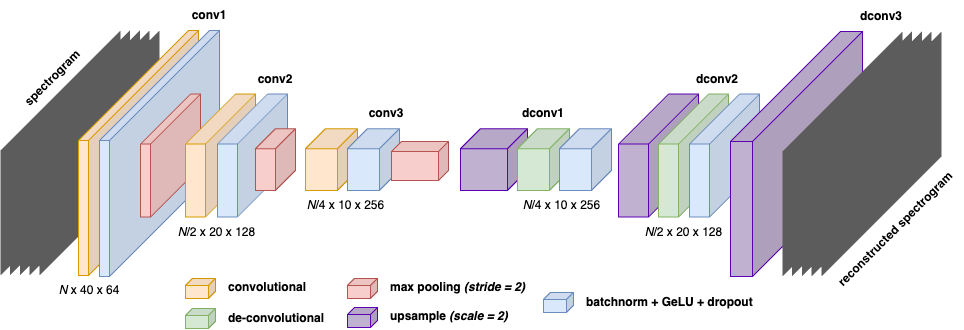
zayne-siew/FingerECoG-BCI keeps this draw.io diagram as assets/VanillaEncoderDecoder.png. Above is the earlier version. Source tidied: cells renumbered, new cells last; positions are measured from the earlier drawing's top-left corner, leaving out a move shared by most shapes.
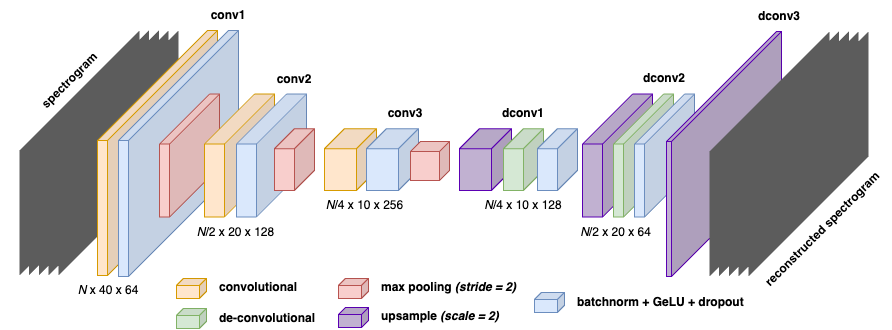
The same diagram one commit later.

Change to the diagram source:
```diff
@@ -21,13 +21,13 @@
       <mxGeometry x="78" y="30" width="120" height="245" as="geometry" />
     </mxCell>
     <mxCell id="8" style="shape=cube;whiteSpace=wrap;html=1;boundedLbl=1;backgroundOutline=1;darkOpacity=0.05;darkOpacity2=0.1;size=7;direction=east;flipH=1;fillColor=#ffe6cc;strokeColor=#d79b00;" parent="1" vertex="1">
-      <mxGeometry x="185" y="277.9" width="30" height="20" as="geometry" />
+      <mxGeometry x="157" y="277.9" width="30" height="20" as="geometry" />
     </mxCell>
     <mxCell id="9" style="shape=cube;whiteSpace=wrap;html=1;boundedLbl=1;backgroundOutline=1;darkOpacity=0.05;darkOpacity2=0.1;size=7;direction=east;flipH=1;fillColor=#f8cecc;strokeColor=#b85450;" parent="1" vertex="1">
-      <mxGeometry x="347" y="277.9" width="30" height="20" as="geometry" />
+      <mxGeometry x="319" y="277.9" width="30" height="20" as="geometry" />
     </mxCell>
     <mxCell id="10" style="shape=cube;whiteSpace=wrap;html=1;boundedLbl=1;backgroundOutline=1;darkOpacity=0.05;darkOpacity2=0.1;size=7;direction=east;flipH=1;fillColor=#d5e8d4;strokeColor=#82b366;" parent="1" vertex="1">
-      <mxGeometry x="185" y="307.9" width="30" height="20" as="geometry" />
+      <mxGeometry x="157" y="307.9" width="30" height="20" as="geometry" />
     </mxCell>
     <mxCell id="11" value="&lt;b&gt;conv1&lt;/b&gt;" style="text;html=1;strokeColor=none;fillColor=none;align=center;verticalAlign=middle;whiteSpace=wrap;rounded=0;" parent="1" vertex="1">
       <mxGeometry x="189" width="40" height="30" as="geometry" />
@@ -48,16 +48,16 @@
       <mxGeometry x="296" y="189.9" width="99" height="30" as="geometry" />
     </mxCell>
     <mxCell id="17" value="convolutional" style="text;html=1;strokeColor=none;fillColor=none;align=left;verticalAlign=middle;whiteSpace=wrap;rounded=0;fontStyle=1;" parent="1" vertex="1">
-      <mxGeometry x="226" y="275" width="85" height="23.9" as="geometry" />
+      <mxGeometry x="198" y="275" width="85" height="23.9" as="geometry" />
     </mxCell>
     <mxCell id="18" value="max pooling &lt;i&gt;(stride = 2)&lt;/i&gt;" style="text;html=1;strokeColor=none;fillColor=none;align=left;verticalAlign=middle;whiteSpace=wrap;rounded=0;fontStyle=1;" parent="1" vertex="1">
-      <mxGeometry x="388" y="275" width="138" height="23.9" as="geometry" />
+      <mxGeometry x="360" y="275" width="138" height="23.9" as="geometry" />
     </mxCell>
     <mxCell id="19" value="batchnorm + GeLU + dropout" style="text;html=1;strokeColor=none;fillColor=none;align=left;verticalAlign=middle;whiteSpace=wrap;rounded=0;fontStyle=1;" parent="1" vertex="1">
-      <mxGeometry x="584" y="290" width="175" height="23.9" as="geometry" />
+      <mxGeometry x="556" y="290" width="175" height="23.9" as="geometry" />
     </mxCell>
     <mxCell id="20" value="de-convolutional" style="text;html=1;strokeColor=none;fillColor=none;align=left;verticalAlign=middle;whiteSpace=wrap;rounded=0;fontStyle=1;" parent="1" vertex="1">
-      <mxGeometry x="226" y="305.9" width="114" height="23.9" as="geometry" />
+      <mxGeometry x="198" y="305.9" width="114" height="23.9" as="geometry" />
     </mxCell>
     <mxCell id="21" style="shape=cube;whiteSpace=wrap;html=1;boundedLbl=1;backgroundOutline=1;darkOpacity=0.05;darkOpacity2=0.1;size=110;direction=east;flipH=1;fillColor=#DAE8FC;strokeColor=#6C8EBF;" parent="1" vertex="1">
       <mxGeometry x="99" y="30" width="120" height="246" as="geometry" />
@@ -66,10 +66,10 @@
       <mxGeometry x="140" y="93.6" width="60" height="123" as="geometry" />
     </mxCell>
     <mxCell id="23" style="shape=cube;whiteSpace=wrap;html=1;boundedLbl=1;backgroundOutline=1;darkOpacity=0.05;darkOpacity2=0.1;size=7;direction=east;flipH=1;fillColor=light-dark(#C1B1D1,#4C395E);strokeColor=light-dark(#5B00B3,#FFB6FF);" parent="1" vertex="1">
-      <mxGeometry x="347" y="307" width="30" height="20" as="geometry" />
+      <mxGeometry x="319" y="307" width="30" height="20" as="geometry" />
     </mxCell>
     <mxCell id="24" value="upsample&lt;i&gt; (scale = 2)&lt;/i&gt;" style="text;html=1;strokeColor=none;fillColor=none;align=left;verticalAlign=middle;whiteSpace=wrap;rounded=0;fontStyle=1;" parent="1" vertex="1">
-      <mxGeometry x="388" y="304.1" width="135" height="23.9" as="geometry" />
+      <mxGeometry x="360" y="304.1" width="135" height="23.9" as="geometry" />
     </mxCell>
     <mxCell id="25" style="shape=cube;whiteSpace=wrap;html=1;boundedLbl=1;backgroundOutline=1;darkOpacity=0.05;darkOpacity2=0.1;size=50;direction=east;flipH=1;fillColor=#FFE6CC;strokeColor=#D79B00;" parent="1" vertex="1">
       <mxGeometry x="185" y="93.5" width="70" height="123" as="geometry" />
@@ -78,7 +78,7 @@
       <mxGeometry x="217" y="93.5" width="70" height="123" as="geometry" />
     </mxCell>
     <mxCell id="27" style="shape=cube;whiteSpace=wrap;html=1;boundedLbl=1;backgroundOutline=1;darkOpacity=0.05;darkOpacity2=0.1;size=7;direction=east;flipH=1;fillColor=#dae8fc;strokeColor=#6c8ebf;" parent="1" vertex="1">
-      <mxGeometry x="543" y="291.9" width="30" height="20" as="geometry" />
+      <mxGeometry x="515" y="291.9" width="30" height="20" as="geometry" />
     </mxCell>
     <mxCell id="28" style="shape=cube;whiteSpace=wrap;html=1;boundedLbl=1;backgroundOutline=1;darkOpacity=0.05;darkOpacity2=0.1;size=20;direction=east;flipH=1;fillColor=#f8cecc;strokeColor=#b85450;" parent="1" vertex="1">
       <mxGeometry x="255" y="128.1" width="40" height="61.8" as="geometry" />
@@ -90,64 +90,64 @@
       <mxGeometry x="347" y="128.1" width="52" height="61.8" as="geometry" />
     </mxCell>
     <mxCell id="31" style="shape=cube;whiteSpace=wrap;html=1;boundedLbl=1;backgroundOutline=1;darkOpacity=0.05;darkOpacity2=0.1;size=10;direction=east;flipH=1;fillColor=#f8cecc;strokeColor=#b85450;" parent="1" vertex="1">
-      <mxGeometry x="391" y="141" width="57" height="39" as="geometry" />
+      <mxGeometry x="391" y="141" width="39" height="39" as="geometry" />
     </mxCell>
     <mxCell id="32" style="shape=cube;whiteSpace=wrap;html=1;boundedLbl=1;backgroundOutline=1;darkOpacity=0.05;darkOpacity2=0.1;size=20;direction=east;flipH=1;fillColor=light-dark(#C1B1D1,#4C395E);strokeColor=light-dark(#5B00B3,#FFB6FF);" parent="1" vertex="1">
-      <mxGeometry x="460" y="128.1" width="67" height="61.8" as="geometry" />
+      <mxGeometry x="440" y="128.1" width="52" height="61.8" as="geometry" />
     </mxCell>
     <mxCell id="33" style="shape=cube;whiteSpace=wrap;html=1;boundedLbl=1;backgroundOutline=1;darkOpacity=0.05;darkOpacity2=0.1;size=20;direction=east;flipH=1;fillColor=#D5E8D4;strokeColor=#82B366;" parent="1" vertex="1">
-      <mxGeometry x="517" y="128.1" width="52" height="61.8" as="geometry" />
+      <mxGeometry x="484" y="128.1" width="40" height="61.8" as="geometry" />
     </mxCell>
     <mxCell id="34" style="shape=cube;whiteSpace=wrap;html=1;boundedLbl=1;backgroundOutline=1;darkOpacity=0.05;darkOpacity2=0.1;size=20;direction=east;flipH=1;fillColor=#DAE8FC;strokeColor=#6C8EBF;" parent="1" vertex="1">
-      <mxGeometry x="559" y="128.1" width="52" height="61.8" as="geometry" />
+      <mxGeometry x="518" y="128.1" width="40" height="61.8" as="geometry" />
     </mxCell>
     <mxCell id="35" value="&lt;b&gt;dconv1&lt;/b&gt;" style="text;html=1;strokeColor=none;fillColor=none;align=center;verticalAlign=middle;whiteSpace=wrap;rounded=0;" parent="1" vertex="1">
-      <mxGeometry x="515" y="98.1" width="56" height="30" as="geometry" />
+      <mxGeometry x="476" y="98.1" width="56" height="30" as="geometry" />
     </mxCell>
-    <mxCell id="36" value="&lt;i&gt;N&lt;/i&gt;/4 x 10 x 256" style="text;html=1;strokeColor=none;fillColor=none;align=center;verticalAlign=middle;whiteSpace=wrap;rounded=0;" parent="1" vertex="1">
-      <mxGeometry x="512" y="189.9" width="99" height="30" as="geometry" />
+    <mxCell id="36" value="&lt;i&gt;N&lt;/i&gt;/4 x 10 x 128" style="text;html=1;strokeColor=none;fillColor=none;align=center;verticalAlign=middle;whiteSpace=wrap;rounded=0;" parent="1" vertex="1">
+      <mxGeometry x="462" y="189.9" width="84" height="30" as="geometry" />
     </mxCell>
     <mxCell id="37" value="&lt;b&gt;spectrogram&lt;/b&gt;" style="text;html=1;strokeColor=none;fillColor=none;align=center;verticalAlign=middle;whiteSpace=wrap;rounded=0;rotation=-45;" parent="1" vertex="1">
-      <mxGeometry x="8.5" y="63" width="87" height="30" as="geometry" />
+      <mxGeometry x="-33.5" y="64.6" width="167.9" height="30" as="geometry" />
     </mxCell>
     <mxCell id="38" style="shape=cube;whiteSpace=wrap;html=1;boundedLbl=1;backgroundOutline=1;darkOpacity=0.05;darkOpacity2=0.1;size=50;direction=east;flipH=1;fillColor=light-dark(#C1B1D1,#4C395E);strokeColor=light-dark(#5B00B3,#FFB6FF);" parent="1" vertex="1">
-      <mxGeometry x="618" y="93.6" width="80" height="123" as="geometry" />
+      <mxGeometry x="563" y="93.6" width="70" height="123" as="geometry" />
     </mxCell>
     <mxCell id="39" style="shape=cube;whiteSpace=wrap;html=1;boundedLbl=1;backgroundOutline=1;darkOpacity=0.05;darkOpacity2=0.1;size=50;direction=east;flipH=1;fillColor=#D5E8D4;strokeColor=#82B366;" parent="1" vertex="1">
-      <mxGeometry x="658" y="93.6" width="70" height="123" as="geometry" />
+      <mxGeometry x="594" y="93.6" width="60" height="123" as="geometry" />
     </mxCell>
     <mxCell id="40" style="shape=cube;whiteSpace=wrap;html=1;boundedLbl=1;backgroundOutline=1;darkOpacity=0.05;darkOpacity2=0.1;size=50;direction=east;flipH=1;fillColor=#DAE8FC;strokeColor=#6C8EBF;" parent="1" vertex="1">
-      <mxGeometry x="689" y="93.6" width="70" height="123" as="geometry" />
+      <mxGeometry x="615" y="93.6" width="60" height="123" as="geometry" />
     </mxCell>
     <mxCell id="41" value="&lt;b&gt;dconv2&lt;/b&gt;" style="text;html=1;strokeColor=none;fillColor=none;align=center;verticalAlign=middle;whiteSpace=wrap;rounded=0;" parent="1" vertex="1">
-      <mxGeometry x="689" y="63.5" width="56" height="30" as="geometry" />
+      <mxGeometry x="617" y="63" width="56" height="30" as="geometry" />
     </mxCell>
-    <mxCell id="42" value="&lt;i&gt;N&lt;/i&gt;/2 x 20 x 128" style="text;html=1;strokeColor=none;fillColor=none;align=center;verticalAlign=middle;whiteSpace=wrap;rounded=0;" parent="1" vertex="1">
-      <mxGeometry x="634" y="216.5" width="99" height="30" as="geometry" />
+    <mxCell id="42" value="&lt;i&gt;N&lt;/i&gt;/2 x 20 x 64" style="text;html=1;strokeColor=none;fillColor=none;align=center;verticalAlign=middle;whiteSpace=wrap;rounded=0;" parent="1" vertex="1">
+      <mxGeometry x="558" y="216.6" width="77" height="30" as="geometry" />
     </mxCell>
     <mxCell id="43" style="shape=cube;whiteSpace=wrap;html=1;boundedLbl=1;backgroundOutline=1;darkOpacity=0.05;darkOpacity2=0.1;size=110;direction=east;flipH=1;fillColor=light-dark(#C1B1D1,#4C395E);strokeColor=light-dark(#5B00B3,#FFB6FF);" parent="1" vertex="1">
-      <mxGeometry x="730" y="31" width="132" height="245" as="geometry" />
+      <mxGeometry x="647" y="31" width="115" height="245" as="geometry" />
     </mxCell>
     <mxCell id="44" value="&lt;b&gt;dconv3&lt;/b&gt;" style="text;html=1;strokeColor=none;fillColor=none;align=center;verticalAlign=middle;whiteSpace=wrap;rounded=0;" parent="1" vertex="1">
-      <mxGeometry x="853" y="1" width="56" height="30" as="geometry" />
+      <mxGeometry x="731.5" y="1" width="56" height="30" as="geometry" />
     </mxCell>
     <mxCell id="45" style="shape=cube;whiteSpace=wrap;html=1;boundedLbl=1;backgroundOutline=1;darkOpacity=0.05;darkOpacity2=0.1;size=120;direction=east;flipH=1;fillColor=#666666;strokeColor=none;fontColor=#ffffff;fillStyle=solid;gradientDirection=radial;gradientColor=none;" parent="1" vertex="1">
-      <mxGeometry x="782" y="31" width="120" height="245" as="geometry" />
+      <mxGeometry x="690" y="31" width="120" height="245" as="geometry" />
     </mxCell>
     <mxCell id="46" style="shape=cube;whiteSpace=wrap;html=1;boundedLbl=1;backgroundOutline=1;darkOpacity=0.05;darkOpacity2=0.1;size=120;direction=east;flipH=1;fillColor=#666666;strokeColor=none;fontColor=#ffffff;fillStyle=solid;gradientDirection=radial;gradientColor=none;" parent="1" vertex="1">
-      <mxGeometry x="791.5" y="31" width="120" height="245" as="geometry" />
+      <mxGeometry x="699.5" y="31" width="120" height="245" as="geometry" />
     </mxCell>
     <mxCell id="47" style="shape=cube;whiteSpace=wrap;html=1;boundedLbl=1;backgroundOutline=1;darkOpacity=0.05;darkOpacity2=0.1;size=120;direction=east;flipH=1;fillColor=#666666;strokeColor=none;fontColor=#ffffff;fillStyle=solid;gradientDirection=radial;gradientColor=none;" parent="1" vertex="1">
-      <mxGeometry x="801.5" y="31" width="120" height="245" as="geometry" />
+      <mxGeometry x="709.5" y="31" width="120" height="245" as="geometry" />
     </mxCell>
     <mxCell id="48" style="shape=cube;whiteSpace=wrap;html=1;boundedLbl=1;backgroundOutline=1;darkOpacity=0.05;darkOpacity2=0.1;size=120;direction=east;flipH=1;fillColor=#666666;strokeColor=none;fontColor=#ffffff;fillStyle=solid;gradientDirection=radial;gradientColor=none;" parent="1" vertex="1">
-      <mxGeometry x="811" y="31" width="120" height="245" as="geometry" />
+      <mxGeometry x="719" y="31" width="120" height="245" as="geometry" />
     </mxCell>
     <mxCell id="49" style="shape=cube;whiteSpace=wrap;html=1;boundedLbl=1;backgroundOutline=1;darkOpacity=0.05;darkOpacity2=0.1;size=120;direction=east;flipH=1;fillColor=#666666;strokeColor=none;fontColor=#ffffff;fillStyle=solid;gradientDirection=radial;gradientColor=none;" parent="1" vertex="1">
-      <mxGeometry x="821" y="31" width="120" height="245" as="geometry" />
+      <mxGeometry x="729" y="31" width="120" height="245" as="geometry" />
     </mxCell>
     <mxCell id="50" value="&lt;b&gt;reconstructed spectrogram&lt;/b&gt;" style="text;html=1;strokeColor=none;fillColor=none;align=center;verticalAlign=middle;whiteSpace=wrap;rounded=0;rotation=-45;" parent="1" vertex="1">
-      <mxGeometry x="813" y="213.5" width="163.8" height="30" as="geometry" />
+      <mxGeometry x="721" y="213.5" width="163.8" height="30" as="geometry" />
     </mxCell>
   </root>
 </mxGraphModel>
```
